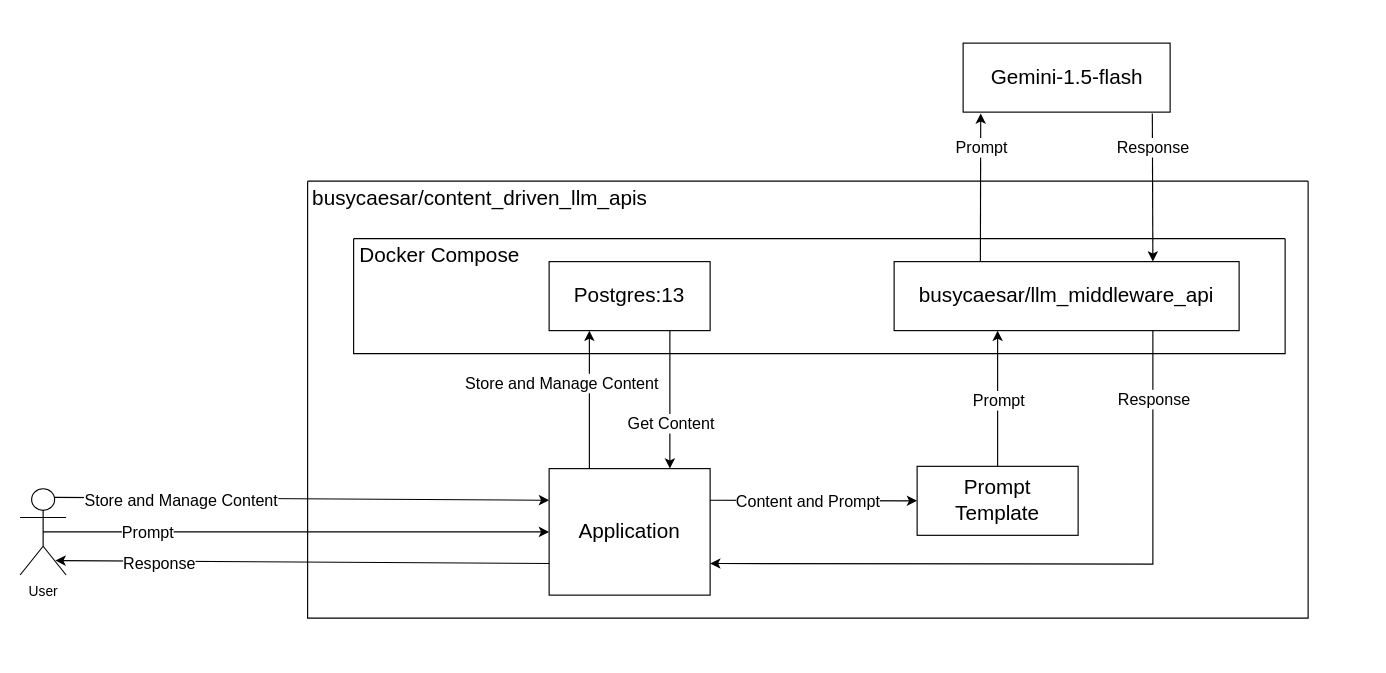
busycaesar/Custom_Content_LLM_APIs keeps this draw.io diagram as system diagram.drawio. Above is the earlier version. Source tidied: cells renumbered, new cells numbered last; positions are measured from the earlier drawing's top-left corner, leaving out a move shared by most shapes. Both pictures are drawn from the tidied source at 115%, with x=0, y=0 at pixel (20, 43).
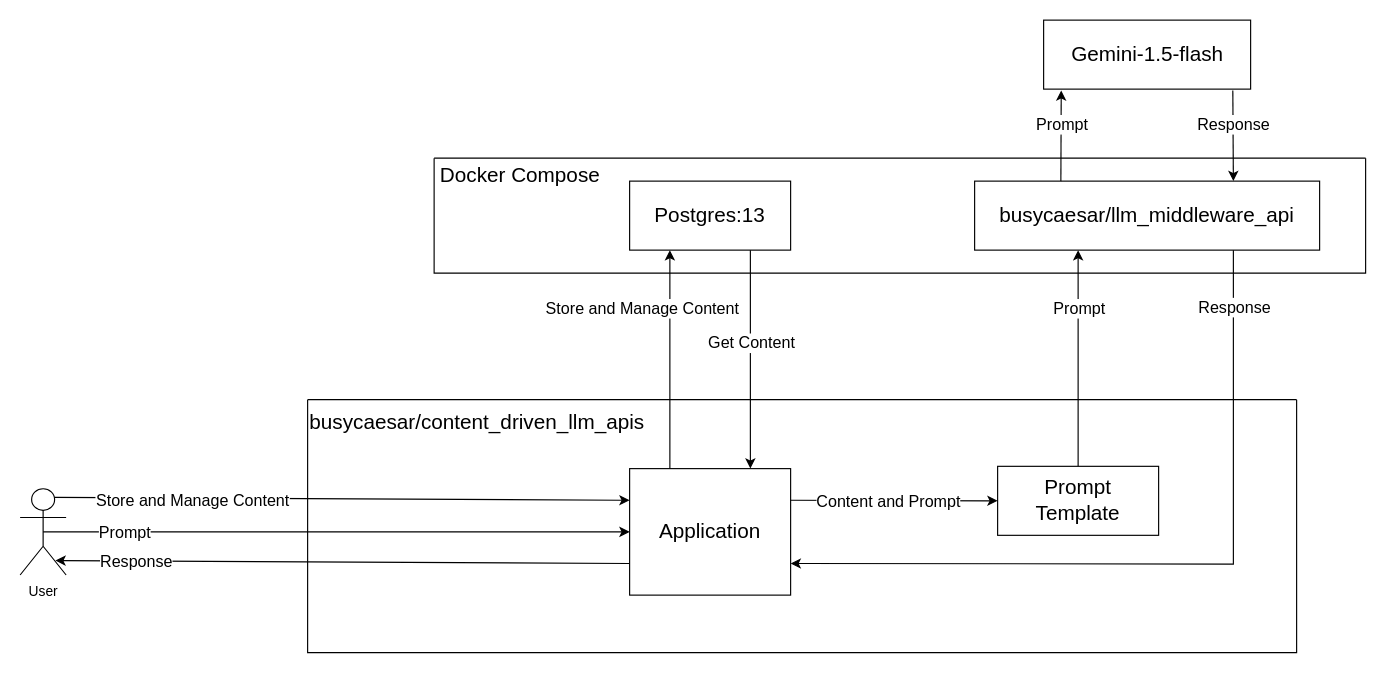
Above is the later version.

Commit message (it also covers changes not shown here):
Refactor: System Diagram

Unchanged cells that the change refers to:
```xml
<mxCell id="11" value="User" style="shape=umlActor;verticalLabelPosition=bottom;verticalAlign=top;html=1;outlineConnect=0;" parent="1" vertex="1">
  <mxGeometry y="387.5" width="40" height="75" as="geometry" />
</mxCell>
```

What changed in the source:
```diff
@@
-    <mxCell id="2" style="group;" parent="1" vertex="1">
-      <mxGeometry x="460" y="190" width="140" height="60" as="geometry" />
-    </mxCell>
-    <mxCell id="3" style="rounded=0;whiteSpace=wrap;html=1;" parent="2" vertex="1">
-      <mxGeometry width="140" height="60" as="geometry" />
-    </mxCell>
+    <mxCell id="42" style="group;" parent="1" vertex="1">
+      <mxGeometry x="530" y="120" width="140" height="60" as="geometry" />
+    </mxCell>
+    <mxCell id="43" style="rounded=0;whiteSpace=wrap;html=1;" parent="42" vertex="1">
+      <mxGeometry width="140" height="60" as="geometry" />
+    </mxCell>
-    <mxCell id="4" value="&lt;font style=&quot;font-size: 18px;&quot;&gt;Postgres:13&lt;/font&gt;" style="text;html=1;align=center;verticalAlign=middle;whiteSpace=wrap;rounded=0;" parent="2" vertex="1">
+    <mxCell id="4" value="&lt;font style=&quot;font-size: 18px;&quot;&gt;Postgres:13&lt;/font&gt;" style="text;html=1;align=center;verticalAlign=middle;whiteSpace=wrap;rounded=0;" parent="42" vertex="1">
       <mxGeometry x="35" y="15" width="70" height="30" as="geometry" />
     </mxCell>
-    <mxCell id="5" style="group;" parent="1" vertex="1">
-      <mxGeometry x="760" y="190" width="300" height="60" as="geometry" />
-    </mxCell>
+    <mxCell id="44" style="group;" parent="1" vertex="1">
+      <mxGeometry x="830" y="120" width="300" height="60" as="geometry" />
+    </mxCell>
-    <mxCell id="6" style="rounded=0;whiteSpace=wrap;html=1;" parent="5" vertex="1">
+    <mxCell id="6" style="rounded=0;whiteSpace=wrap;html=1;" parent="44" vertex="1">
       <mxGeometry width="300" height="60" as="geometry" />
     </mxCell>
-    <mxCell id="7" value="&lt;font style=&quot;font-size: 18px;&quot;&gt;busycaesar/llm_middleware_api&lt;/font&gt;" style="text;html=1;align=center;verticalAlign=middle;whiteSpace=wrap;rounded=0;" parent="5" vertex="1">
+    <mxCell id="7" value="&lt;font style=&quot;font-size: 18px;&quot;&gt;busycaesar/llm_middleware_api&lt;/font&gt;" style="text;html=1;align=center;verticalAlign=middle;whiteSpace=wrap;rounded=0;" parent="44" vertex="1">
       <mxGeometry x="75" y="15" width="150" height="30" as="geometry" />
     </mxCell>
-    <mxCell id="8" style="group;" parent="1" vertex="1">
-      <mxGeometry x="820" width="180" height="60" as="geometry" />
-    </mxCell>
+    <mxCell id="45" style="group;" parent="1" vertex="1">
+      <mxGeometry x="890" y="-20" width="180" height="60" as="geometry" />
+    </mxCell>
-    <mxCell id="9" style="rounded=0;whiteSpace=wrap;html=1;" parent="8" vertex="1">
+    <mxCell id="9" style="rounded=0;whiteSpace=wrap;html=1;" parent="45" vertex="1">
       <mxGeometry width="180" height="60" as="geometry" />
     </mxCell>
-    <mxCell id="10" value="&lt;font style=&quot;font-size: 18px;&quot;&gt;Gemini-1.5-flash&lt;/font&gt;" style="text;html=1;align=center;verticalAlign=middle;whiteSpace=wrap;rounded=0;" parent="8" vertex="1">
+    <mxCell id="10" value="&lt;font style=&quot;font-size: 18px;&quot;&gt;Gemini-1.5-flash&lt;/font&gt;" style="text;html=1;align=center;verticalAlign=middle;whiteSpace=wrap;rounded=0;" parent="45" vertex="1">
       <mxGeometry x="22.5" y="15" width="135" height="30" as="geometry" />
     </mxCell>
@@
-    <mxCell id="12" style="swimlane;startSize=0;" parent="1" vertex="1">
-      <mxGeometry x="290" y="170" width="810" height="100" as="geometry" />
-    </mxCell>
+    <mxCell id="46" style="swimlane;startSize=0;" parent="1" vertex="1">
+      <mxGeometry x="360" y="100" width="810" height="100" as="geometry" />
+    </mxCell>
-    <mxCell id="13" value="&lt;font style=&quot;font-size: 18px;&quot;&gt;Docker Compose&lt;/font&gt;" style="text;html=1;align=center;verticalAlign=middle;whiteSpace=wrap;rounded=0;" parent="12" vertex="1">
+    <mxCell id="13" value="&lt;font style=&quot;font-size: 18px;&quot;&gt;Docker Compose&lt;/font&gt;" style="text;html=1;align=center;verticalAlign=middle;whiteSpace=wrap;rounded=0;" parent="46" vertex="1">
       <mxGeometry width="150" height="30" as="geometry" />
     </mxCell>
-    <mxCell id="14" style="swimlane;startSize=0;" parent="1" vertex="1">
-      <mxGeometry x="250" y="120" width="870" height="380" as="geometry" />
-    </mxCell>
-    <mxCell id="15" value="&lt;span style=&quot;font-size: 18px;&quot;&gt;busycaesar/content_driven_llm_apis&lt;/span&gt;" style="text;html=1;align=center;verticalAlign=middle;whiteSpace=wrap;rounded=0;" parent="14" vertex="1">
-      <mxGeometry width="300" height="30" as="geometry" />
-    </mxCell>
-    <mxCell id="16" style="group;" parent="14" vertex="1">
-      <mxGeometry x="210" y="250" width="140" height="110" as="geometry" />
-    </mxCell>
+    <mxCell id="47" style="endArrow=classic;html=1;rounded=0;entryX=0;entryY=0.25;entryDx=0;entryDy=0;exitX=0.75;exitY=0.1;exitDx=0;exitDy=0;exitPerimeter=0;" parent="1" edge="1" source="11" target="17">
+      <mxGeometry relative="1" as="geometry" />
+    </mxCell>
+    <mxCell id="48" value="&lt;font style=&quot;font-size: 14px;&quot;&gt;Store and Manage Content&lt;/font&gt;" style="edgeLabel;html=1;align=center;verticalAlign=middle;" parent="47" vertex="1">
+      <mxGeometry relative="1" as="geometry">
+        <mxPoint x="-130" y="1" as="offset" />
+      </mxGeometry>
+    </mxCell>
+    <mxCell id="49" style="endArrow=classic;html=1;rounded=0;entryX=0;entryY=0.5;entryDx=0;entryDy=0;exitX=0.5;exitY=0.5;exitDx=0;exitDy=0;exitPerimeter=0;" parent="1" edge="1" source="11" target="17">
+      <mxGeometry relative="1" as="geometry" />
+    </mxCell>
+    <mxCell id="50" value="&lt;font style=&quot;font-size: 14px;&quot;&gt;Prompt&lt;/font&gt;" style="edgeLabel;html=1;align=center;verticalAlign=middle;" parent="49" vertex="1">
+      <mxGeometry relative="1" as="geometry">
+        <mxPoint x="-185" as="offset" />
+      </mxGeometry>
+    </mxCell>
+    <mxCell id="28" style="endArrow=classic;html=1;rounded=0;exitX=0;exitY=0.75;exitDx=0;exitDy=0;entryX=0.767;entryY=0.833;entryDx=0;entryDy=0;entryPerimeter=0;" parent="1" edge="1" source="17" target="11">
+      <mxGeometry relative="1" as="geometry" />
+    </mxCell>
+    <mxCell id="51" value="&lt;font style=&quot;font-size: 14px;&quot;&gt;Response&lt;/font&gt;" style="edgeLabel;html=1;align=center;verticalAlign=middle;" parent="28" vertex="1">
+      <mxGeometry relative="1" as="geometry">
+        <mxPoint x="-180" y="-1" as="offset" />
+      </mxGeometry>
+    </mxCell>
+    <mxCell id="52" style="endArrow=classic;html=1;rounded=0;entryX=0.25;entryY=1;entryDx=0;entryDy=0;exitX=0.25;exitY=0;exitDx=0;exitDy=0;" parent="1" edge="1" source="17" target="43">
+      <mxGeometry relative="1" as="geometry" />
+    </mxCell>
+    <mxCell id="53" value="&lt;font style=&quot;font-size: 14px;&quot;&gt;Store and Manage Content&lt;/font&gt;" style="edgeLabel;html=1;align=center;verticalAlign=middle;" parent="52" vertex="1">
+      <mxGeometry relative="1" as="geometry">
+        <mxPoint x="-25" y="-45" as="offset" />
+      </mxGeometry>
+    </mxCell>
+    <mxCell id="54" style="endArrow=classic;html=1;rounded=0;entryX=0.75;entryY=0;entryDx=0;entryDy=0;exitX=0.75;exitY=1;exitDx=0;exitDy=0;" parent="1" edge="1" source="43" target="17">
+      <mxGeometry relative="1" as="geometry" />
+    </mxCell>
+    <mxCell id="33" value="&lt;font style=&quot;font-size: 14px;&quot;&gt;Get Content&lt;/font&gt;" style="edgeLabel;html=1;align=center;verticalAlign=middle;" parent="54" vertex="1">
+      <mxGeometry relative="1" as="geometry">
+        <mxPoint y="-15" as="offset" />
+      </mxGeometry>
+    </mxCell>
+    <mxCell id="55" style="endArrow=classic;html=1;rounded=0;exitX=0.5;exitY=0;exitDx=0;exitDy=0;entryX=0.3;entryY=1;entryDx=0;entryDy=0;entryPerimeter=0;" parent="1" edge="1" target="6">
+      <mxGeometry relative="1" as="geometry">
+        <mxPoint x="920" y="368" as="sourcePoint" />
+      </mxGeometry>
+    </mxCell>
+    <mxCell id="56" value="&lt;font style=&quot;font-size: 14px;&quot;&gt;Prompt&lt;/font&gt;" style="edgeLabel;html=1;align=center;verticalAlign=middle;" parent="55" vertex="1">
+      <mxGeometry relative="1" as="geometry">
+        <mxPoint y="-44" as="offset" />
+      </mxGeometry>
+    </mxCell>
+    <mxCell id="36" style="endArrow=classic;html=1;rounded=0;entryX=1;entryY=0.75;entryDx=0;entryDy=0;exitX=0.75;exitY=1;exitDx=0;exitDy=0;" parent="1" edge="1" source="6" target="17">
+      <mxGeometry relative="1" as="geometry">
+        <Array as="points">
+          <mxPoint x="1055" y="453" />
+        </Array>
+      </mxGeometry>
+    </mxCell>
+    <mxCell id="57" value="&lt;font style=&quot;font-size: 14px;&quot;&gt;Response&lt;/font&gt;" style="edgeLabel;html=1;align=center;verticalAlign=middle;" parent="36" vertex="1">
+      <mxGeometry relative="1" as="geometry">
+        <mxPoint x="56" y="-223" as="offset" />
+      </mxGeometry>
+    </mxCell>
+    <mxCell id="38" style="endArrow=classic;html=1;rounded=0;exitX=0.25;exitY=0;exitDx=0;exitDy=0;entryX=0.085;entryY=1.019;entryDx=0;entryDy=0;entryPerimeter=0;" parent="1" edge="1" source="6" target="9">
+      <mxGeometry relative="1" as="geometry" />
+    </mxCell>
+    <mxCell id="58" value="&lt;font style=&quot;font-size: 14px;&quot;&gt;Prompt&lt;/font&gt;" style="edgeLabel;html=1;align=center;verticalAlign=middle;" parent="38" vertex="1">
+      <mxGeometry relative="1" as="geometry">
+        <mxPoint y="-11" as="offset" />
+      </mxGeometry>
+    </mxCell>
+    <mxCell id="40" style="endArrow=classic;html=1;rounded=0;exitX=0.914;exitY=1.019;exitDx=0;exitDy=0;entryX=0.75;entryY=0;entryDx=0;entryDy=0;exitPerimeter=0;" parent="1" edge="1" source="9" target="6">
+      <mxGeometry relative="1" as="geometry" />
+    </mxCell>
+    <mxCell id="59" value="&lt;font style=&quot;font-size: 14px;&quot;&gt;Response&lt;/font&gt;" style="edgeLabel;html=1;align=center;verticalAlign=middle;" parent="40" vertex="1">
+      <mxGeometry relative="1" as="geometry">
+        <mxPoint y="-10" as="offset" />
+      </mxGeometry>
+    </mxCell>
+    <mxCell id="60" style="group;" parent="1" vertex="1">
+      <mxGeometry x="530" y="370" width="140" height="110" as="geometry" />
+    </mxCell>
-    <mxCell id="17" style="rounded=0;whiteSpace=wrap;html=1;" parent="16" vertex="1">
+    <mxCell id="17" style="rounded=0;whiteSpace=wrap;html=1;" parent="60" vertex="1">
       <mxGeometry width="140" height="110" as="geometry" />
     </mxCell>
-    <mxCell id="18" value="&lt;font style=&quot;font-size: 18px;&quot;&gt;Application&lt;/font&gt;" style="text;html=1;align=center;verticalAlign=middle;whiteSpace=wrap;rounded=0;" parent="16" vertex="1">
+    <mxCell id="18" value="&lt;font style=&quot;font-size: 18px;&quot;&gt;Application&lt;/font&gt;" style="text;html=1;align=center;verticalAlign=middle;whiteSpace=wrap;rounded=0;" parent="60" vertex="1">
       <mxGeometry x="35" y="27.5" width="70" height="55" as="geometry" />
     </mxCell>
-    <mxCell id="19" style="group;" parent="14" vertex="1">
-      <mxGeometry x="530" y="248" width="140" height="60" as="geometry" />
-    </mxCell>
-    <mxCell id="20" style="rounded=0;whiteSpace=wrap;html=1;" parent="19" vertex="1">
-      <mxGeometry width="140" height="60" as="geometry" />
-    </mxCell>
+    <mxCell id="61" style="group;" parent="1" vertex="1">
+      <mxGeometry x="850" y="368" width="140" height="60" as="geometry" />
+    </mxCell>
+    <mxCell id="62" style="rounded=0;whiteSpace=wrap;html=1;" parent="61" vertex="1">
+      <mxGeometry width="140" height="60" as="geometry" />
+    </mxCell>
-    <mxCell id="21" value="&lt;font style=&quot;font-size: 18px;&quot;&gt;Prompt Template&lt;/font&gt;" style="text;html=1;align=center;verticalAlign=middle;whiteSpace=wrap;rounded=0;" parent="19" vertex="1">
+    <mxCell id="21" value="&lt;font style=&quot;font-size: 18px;&quot;&gt;Prompt Template&lt;/font&gt;" style="text;html=1;align=center;verticalAlign=middle;whiteSpace=wrap;rounded=0;" parent="61" vertex="1">
       <mxGeometry x="35" y="15" width="70" height="30" as="geometry" />
     </mxCell>
-    <mxCell id="22" style="endArrow=classic;html=1;rounded=0;entryX=0;entryY=0.5;entryDx=0;entryDy=0;exitX=1;exitY=0.25;exitDx=0;exitDy=0;" parent="14" edge="1" source="17" target="20">
-      <mxGeometry relative="1" as="geometry" />
-    </mxCell>
+    <mxCell id="63" style="endArrow=classic;html=1;rounded=0;entryX=0;entryY=0.5;entryDx=0;entryDy=0;exitX=1;exitY=0.25;exitDx=0;exitDy=0;" parent="1" edge="1" source="17" target="62">
+      <mxGeometry relative="1" as="geometry" />
+    </mxCell>
-    <mxCell id="23" value="&lt;span style=&quot;font-size: 14px;&quot;&gt;Content and Prompt&lt;/span&gt;" style="edgeLabel;html=1;align=center;verticalAlign=middle;" parent="22" vertex="1">
+    <mxCell id="23" value="&lt;span style=&quot;font-size: 14px;&quot;&gt;Content and Prompt&lt;/span&gt;" style="edgeLabel;html=1;align=center;verticalAlign=middle;" parent="63" vertex="1">
       <mxGeometry relative="1" as="geometry">
         <mxPoint x="-5" y="1" as="offset" />
       </mxGeometry>
     </mxCell>
-    <mxCell id="24" style="endArrow=classic;html=1;rounded=0;entryX=0;entryY=0.25;entryDx=0;entryDy=0;exitX=0.75;exitY=0.1;exitDx=0;exitDy=0;exitPerimeter=0;" parent="1" edge="1" source="11" target="17">
-      <mxGeometry relative="1" as="geometry" />
-    </mxCell>
-    <mxCell id="25" value="&lt;font style=&quot;font-size: 14px;&quot;&gt;Store and Manage Content&lt;/font&gt;" style="edgeLabel;html=1;align=center;verticalAlign=middle;" parent="24" vertex="1">
-      <mxGeometry relative="1" as="geometry">
-        <mxPoint x="-105" y="1" as="offset" />
-      </mxGeometry>
-    </mxCell>
-    <mxCell id="26" style="endArrow=classic;html=1;rounded=0;entryX=0;entryY=0.5;entryDx=0;entryDy=0;exitX=0.5;exitY=0.5;exitDx=0;exitDy=0;exitPerimeter=0;" parent="1" edge="1" source="11" target="17">
-      <mxGeometry relative="1" as="geometry" />
-    </mxCell>
-    <mxCell id="27" value="&lt;font style=&quot;font-size: 14px;&quot;&gt;Prompt&lt;/font&gt;" style="edgeLabel;html=1;align=center;verticalAlign=middle;" parent="26" vertex="1">
-      <mxGeometry relative="1" as="geometry">
-        <mxPoint x="-130" as="offset" />
-      </mxGeometry>
-    </mxCell>
-    <mxCell id="28" style="endArrow=classic;html=1;rounded=0;exitX=0;exitY=0.75;exitDx=0;exitDy=0;entryX=0.767;entryY=0.833;entryDx=0;entryDy=0;entryPerimeter=0;" parent="1" edge="1" source="17" target="11">
-      <mxGeometry relative="1" as="geometry" />
-    </mxCell>
-    <mxCell id="29" value="&lt;font style=&quot;font-size: 14px;&quot;&gt;Response&lt;/font&gt;" style="edgeLabel;html=1;align=center;verticalAlign=middle;" parent="28" vertex="1">
-      <mxGeometry relative="1" as="geometry">
-        <mxPoint x="-125" y="1" as="offset" />
-      </mxGeometry>
-    </mxCell>
-    <mxCell id="30" style="endArrow=classic;html=1;rounded=0;entryX=0.25;entryY=1;entryDx=0;entryDy=0;exitX=0.25;exitY=0;exitDx=0;exitDy=0;" parent="1" edge="1" source="17" target="3">
-      <mxGeometry relative="1" as="geometry" />
-    </mxCell>
-    <mxCell id="31" value="&lt;font style=&quot;font-size: 14px;&quot;&gt;Store and Manage Content&lt;/font&gt;" style="edgeLabel;html=1;align=center;verticalAlign=middle;" parent="30" vertex="1">
-      <mxGeometry relative="1" as="geometry">
-        <mxPoint x="-25" y="-15" as="offset" />
-      </mxGeometry>
-    </mxCell>
-    <mxCell id="32" style="endArrow=classic;html=1;rounded=0;entryX=0.75;entryY=0;entryDx=0;entryDy=0;exitX=0.75;exitY=1;exitDx=0;exitDy=0;" parent="1" edge="1" source="3" target="17">
-      <mxGeometry relative="1" as="geometry" />
-    </mxCell>
-    <mxCell id="33" value="&lt;font style=&quot;font-size: 14px;&quot;&gt;Get Content&lt;/font&gt;" style="edgeLabel;html=1;align=center;verticalAlign=middle;" parent="32" vertex="1">
-      <mxGeometry relative="1" as="geometry">
-        <mxPoint y="20" as="offset" />
-      </mxGeometry>
-    </mxCell>
-    <mxCell id="34" style="endArrow=classic;html=1;rounded=0;exitX=0.5;exitY=0;exitDx=0;exitDy=0;entryX=0.3;entryY=1;entryDx=0;entryDy=0;entryPerimeter=0;" parent="1" edge="1" source="20" target="6">
-      <mxGeometry relative="1" as="geometry" />
-    </mxCell>
-    <mxCell id="35" value="&lt;font style=&quot;font-size: 14px;&quot;&gt;Prompt&lt;/font&gt;" style="edgeLabel;html=1;align=center;verticalAlign=middle;" parent="34" vertex="1">
-      <mxGeometry relative="1" as="geometry">
-        <mxPoint y="1" as="offset" />
-      </mxGeometry>
-    </mxCell>
-    <mxCell id="36" style="endArrow=classic;html=1;rounded=0;entryX=1;entryY=0.75;entryDx=0;entryDy=0;exitX=0.75;exitY=1;exitDx=0;exitDy=0;" parent="1" edge="1" source="6" target="17">
-      <mxGeometry relative="1" as="geometry">
-        <Array as="points">
-          <mxPoint x="985" y="453" />
-        </Array>
-      </mxGeometry>
-    </mxCell>
-    <mxCell id="37" value="&lt;font style=&quot;font-size: 14px;&quot;&gt;Response&lt;/font&gt;" style="edgeLabel;html=1;align=center;verticalAlign=middle;" parent="36" vertex="1">
-      <mxGeometry relative="1" as="geometry">
-        <mxPoint x="91" y="-143" as="offset" />
-      </mxGeometry>
-    </mxCell>
-    <mxCell id="38" style="endArrow=classic;html=1;rounded=0;exitX=0.25;exitY=0;exitDx=0;exitDy=0;entryX=0.085;entryY=1.019;entryDx=0;entryDy=0;entryPerimeter=0;" parent="1" edge="1" source="6" target="9">
-      <mxGeometry relative="1" as="geometry" />
-    </mxCell>
-    <mxCell id="39" value="&lt;font style=&quot;font-size: 14px;&quot;&gt;Prompt&lt;/font&gt;" style="edgeLabel;html=1;align=center;verticalAlign=middle;" parent="38" vertex="1">
-      <mxGeometry relative="1" as="geometry">
-        <mxPoint y="-36" as="offset" />
-      </mxGeometry>
-    </mxCell>
-    <mxCell id="40" style="endArrow=classic;html=1;rounded=0;exitX=0.914;exitY=1.019;exitDx=0;exitDy=0;entryX=0.75;entryY=0;entryDx=0;entryDy=0;exitPerimeter=0;" parent="1" edge="1" source="9" target="6">
-      <mxGeometry relative="1" as="geometry" />
-    </mxCell>
-    <mxCell id="41" value="&lt;font style=&quot;font-size: 14px;&quot;&gt;Response&lt;/font&gt;" style="edgeLabel;html=1;align=center;verticalAlign=middle;" parent="40" vertex="1">
-      <mxGeometry relative="1" as="geometry">
-        <mxPoint y="-35" as="offset" />
-      </mxGeometry>
-    </mxCell>
+    <mxCell id="64" style="swimlane;startSize=0;" parent="1" vertex="1">
+      <mxGeometry x="250" y="310" width="860" height="220" as="geometry" />
+    </mxCell>
+    <mxCell id="15" value="&lt;font style=&quot;font-size: 18px;&quot;&gt;busycaesar/content_driven_llm_apis&lt;/font&gt;" style="text;html=1;align=left;verticalAlign=middle;strokeColor=none;fillColor=none;" parent="64" vertex="1">
+      <mxGeometry width="310" height="40" as="geometry" />
+    </mxCell>
```
